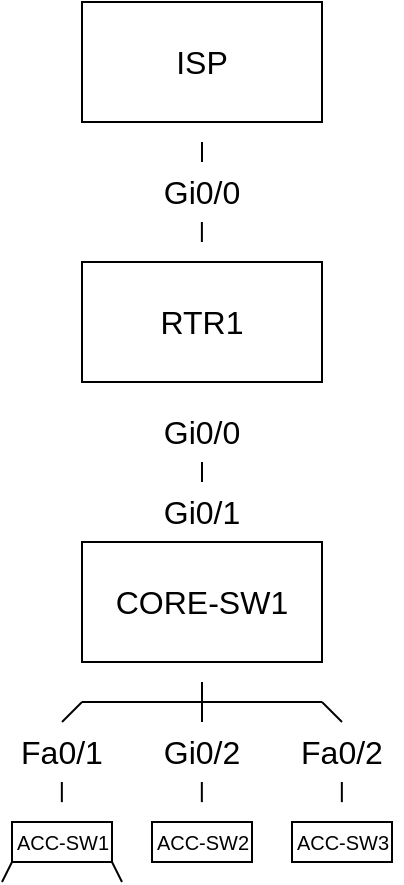
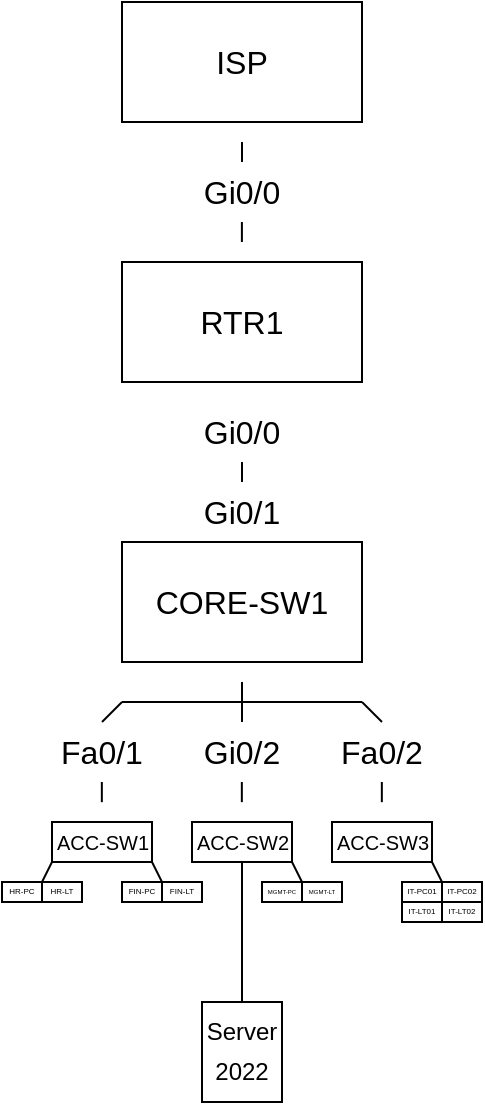
<mxfile host="app.diagrams.net">
  <diagram name="Page-1" id="nrHBfVMkrXwOKs-d-XcE">
-     <mxGraphModel dx="175" dy="160" grid="1" gridSize="10" guides="1" tooltips="1" connect="1" arrows="1" fold="1" page="1" pageScale="1" pageWidth="850" pageHeight="1100" math="0" shadow="0">
+     <mxGraphModel dx="586" dy="537" grid="1" gridSize="10" guides="1" tooltips="1" connect="1" arrows="1" fold="1" page="1" pageScale="1" pageWidth="850" pageHeight="1100" math="0" shadow="0">
      <root>
        <mxCell id="0" />
        <mxCell id="1" parent="0" />
        <mxCell id="PAGTaIKxO_D1mukXTtMI-1" parent="1" style="whiteSpace=wrap;html=1;" value="" vertex="1">
          <mxGeometry height="60" width="120" x="340" y="10" as="geometry" />
        </mxCell>
        <mxCell id="PAGTaIKxO_D1mukXTtMI-3" parent="1" style="text;html=1;whiteSpace=wrap;strokeColor=none;fillColor=none;align=center;verticalAlign=middle;rounded=0;fontSize=16;" value="ISP" vertex="1">
          <mxGeometry height="30" width="60" x="370" y="25" as="geometry" />
        </mxCell>
        <mxCell id="PAGTaIKxO_D1mukXTtMI-8" edge="1" parent="1" style="edgeStyle=none;orthogonalLoop=1;jettySize=auto;html=1;rounded=0;fontSize=12;startSize=8;endSize=8;curved=1;endArrow=none;endFill=0;" value="">
          <mxGeometry relative="1" width="120" as="geometry">
            <Array as="points" />
            <mxPoint x="400" y="80" as="sourcePoint" />
            <mxPoint x="400" y="90" as="targetPoint" />
          </mxGeometry>
        </mxCell>
        <mxCell id="PAGTaIKxO_D1mukXTtMI-9" parent="1" style="text;html=1;whiteSpace=wrap;strokeColor=none;fillColor=none;align=center;verticalAlign=middle;rounded=0;fontSize=16;" value="Gi0/0" vertex="1">
          <mxGeometry height="30" width="60" x="370" y="90" as="geometry" />
        </mxCell>
        <mxCell id="PAGTaIKxO_D1mukXTtMI-10" edge="1" parent="1" style="edgeStyle=none;orthogonalLoop=1;jettySize=auto;html=1;rounded=0;fontSize=12;startSize=8;endSize=8;curved=1;endArrow=none;endFill=0;" value="">
          <mxGeometry relative="1" width="120" as="geometry">
            <Array as="points" />
            <mxPoint x="399.95" y="130" as="sourcePoint" />
            <mxPoint x="399.95" y="120" as="targetPoint" />
          </mxGeometry>
        </mxCell>
        <mxCell id="PAGTaIKxO_D1mukXTtMI-11" parent="1" style="whiteSpace=wrap;html=1;" value="" vertex="1">
          <mxGeometry height="60" width="120" x="340" y="140" as="geometry" />
        </mxCell>
        <mxCell id="PAGTaIKxO_D1mukXTtMI-12" parent="1" style="text;html=1;whiteSpace=wrap;strokeColor=none;fillColor=none;align=center;verticalAlign=middle;rounded=0;fontSize=16;" value="RTR1" vertex="1">
          <mxGeometry height="30" width="60" x="370" y="155" as="geometry" />
        </mxCell>
        <mxCell id="PAGTaIKxO_D1mukXTtMI-13" parent="1" style="text;html=1;whiteSpace=wrap;strokeColor=none;fillColor=none;align=center;verticalAlign=middle;rounded=0;fontSize=16;" value="Gi0/0" vertex="1">
          <mxGeometry height="30" width="60" x="370" y="210" as="geometry" />
        </mxCell>
        <mxCell id="PAGTaIKxO_D1mukXTtMI-15" edge="1" parent="1" style="edgeStyle=none;orthogonalLoop=1;jettySize=auto;html=1;rounded=0;fontSize=12;startSize=8;endSize=8;curved=1;endArrow=none;endFill=0;" value="">
          <mxGeometry relative="1" width="120" as="geometry">
            <Array as="points" />
            <mxPoint x="400" y="240" as="sourcePoint" />
            <mxPoint x="400" y="250" as="targetPoint" />
          </mxGeometry>
        </mxCell>
        <mxCell id="PAGTaIKxO_D1mukXTtMI-16" parent="1" style="text;html=1;whiteSpace=wrap;strokeColor=none;fillColor=none;align=center;verticalAlign=middle;rounded=0;fontSize=16;" value="Gi0/1" vertex="1">
          <mxGeometry height="30" width="60" x="370" y="250" as="geometry" />
        </mxCell>
        <mxCell id="PAGTaIKxO_D1mukXTtMI-17" parent="1" style="whiteSpace=wrap;html=1;" value="" vertex="1">
          <mxGeometry height="60" width="120" x="340" y="280" as="geometry" />
        </mxCell>
        <mxCell id="PAGTaIKxO_D1mukXTtMI-18" parent="1" style="text;html=1;whiteSpace=wrap;strokeColor=none;fillColor=none;align=center;verticalAlign=middle;rounded=0;fontSize=16;" value="CORE-SW1" vertex="1">
          <mxGeometry height="30" width="100" x="350" y="295" as="geometry" />
        </mxCell>
        <mxCell id="PAGTaIKxO_D1mukXTtMI-19" edge="1" parent="1" style="edgeStyle=none;orthogonalLoop=1;jettySize=auto;html=1;rounded=0;fontSize=12;startSize=8;endSize=8;curved=1;endArrow=none;endFill=0;" value="">
          <mxGeometry relative="1" width="120" as="geometry">
            <Array as="points" />
            <mxPoint x="400" y="350" as="sourcePoint" />
            <mxPoint x="400" y="360" as="targetPoint" />
          </mxGeometry>
        </mxCell>
        <mxCell id="PAGTaIKxO_D1mukXTtMI-20" edge="1" parent="1" style="edgeStyle=none;orthogonalLoop=1;jettySize=auto;html=1;rounded=0;fontSize=12;startSize=8;endSize=8;curved=1;endArrow=none;endFill=0;" value="">
          <mxGeometry relative="1" width="120" as="geometry">
            <Array as="points" />
            <mxPoint x="340" y="360" as="sourcePoint" />
            <mxPoint x="460" y="360" as="targetPoint" />
          </mxGeometry>
        </mxCell>
        <mxCell id="PAGTaIKxO_D1mukXTtMI-21" edge="1" parent="1" style="edgeStyle=none;orthogonalLoop=1;jettySize=auto;html=1;rounded=0;fontSize=12;startSize=8;endSize=8;curved=1;endArrow=none;endFill=0;" value="">
          <mxGeometry relative="1" width="120" as="geometry">
            <Array as="points" />
            <mxPoint x="400" y="360" as="sourcePoint" />
            <mxPoint x="400" y="370" as="targetPoint" />
          </mxGeometry>
        </mxCell>
        <mxCell id="PAGTaIKxO_D1mukXTtMI-23" edge="1" parent="1" style="edgeStyle=none;orthogonalLoop=1;jettySize=auto;html=1;rounded=0;fontSize=12;startSize=8;endSize=8;curved=1;endArrow=none;endFill=0;" value="">
          <mxGeometry relative="1" width="120" as="geometry">
            <Array as="points" />
            <mxPoint x="340" y="360" as="sourcePoint" />
            <mxPoint x="330" y="370" as="targetPoint" />
          </mxGeometry>
        </mxCell>
        <mxCell id="PAGTaIKxO_D1mukXTtMI-24" edge="1" parent="1" style="edgeStyle=none;orthogonalLoop=1;jettySize=auto;html=1;rounded=0;fontSize=12;startSize=8;endSize=8;curved=1;endArrow=none;endFill=0;" value="">
          <mxGeometry relative="1" width="120" as="geometry">
            <Array as="points" />
            <mxPoint x="470" y="370" as="sourcePoint" />
            <mxPoint x="460" y="360" as="targetPoint" />
          </mxGeometry>
        </mxCell>
        <mxCell id="PAGTaIKxO_D1mukXTtMI-25" parent="1" style="text;html=1;whiteSpace=wrap;strokeColor=none;fillColor=none;align=center;verticalAlign=middle;rounded=0;fontSize=16;" value="Fa0/1" vertex="1">
          <mxGeometry height="30" width="60" x="300" y="370" as="geometry" />
        </mxCell>
        <mxCell id="PAGTaIKxO_D1mukXTtMI-26" parent="1" style="text;html=1;whiteSpace=wrap;strokeColor=none;fillColor=none;align=center;verticalAlign=middle;rounded=0;fontSize=16;" value="Gi0/2" vertex="1">
          <mxGeometry height="30" width="60" x="370" y="370" as="geometry" />
        </mxCell>
        <mxCell id="PAGTaIKxO_D1mukXTtMI-27" parent="1" style="text;html=1;whiteSpace=wrap;strokeColor=none;fillColor=none;align=center;verticalAlign=middle;rounded=0;fontSize=16;" value="Fa0/2" vertex="1">
          <mxGeometry height="30" width="60" x="440" y="370" as="geometry" />
        </mxCell>
        <mxCell id="HQMXMfczDyNlfQodfAvz-1" edge="1" parent="1" style="edgeStyle=none;orthogonalLoop=1;jettySize=auto;html=1;rounded=0;fontSize=12;startSize=8;endSize=8;curved=1;endArrow=none;endFill=0;" value="">
          <mxGeometry relative="1" width="120" as="geometry">
            <Array as="points" />
            <mxPoint x="329.92" y="400" as="sourcePoint" />
            <mxPoint x="329.92" y="410.08" as="targetPoint" />
          </mxGeometry>
        </mxCell>
        <mxCell id="HQMXMfczDyNlfQodfAvz-2" edge="1" parent="1" style="edgeStyle=none;orthogonalLoop=1;jettySize=auto;html=1;rounded=0;fontSize=12;startSize=8;endSize=8;curved=1;endArrow=none;endFill=0;" value="">
          <mxGeometry relative="1" width="120" as="geometry">
            <Array as="points" />
            <mxPoint x="399.92" y="400" as="sourcePoint" />
            <mxPoint x="399.92" y="410.08" as="targetPoint" />
          </mxGeometry>
        </mxCell>
        <mxCell id="HQMXMfczDyNlfQodfAvz-3" edge="1" parent="1" style="edgeStyle=none;orthogonalLoop=1;jettySize=auto;html=1;rounded=0;fontSize=12;startSize=8;endSize=8;curved=1;endArrow=none;endFill=0;" value="">
          <mxGeometry relative="1" width="120" as="geometry">
            <Array as="points" />
            <mxPoint x="469.92" y="400" as="sourcePoint" />
            <mxPoint x="469.92" y="410.08" as="targetPoint" />
          </mxGeometry>
        </mxCell>
        <mxCell id="HQMXMfczDyNlfQodfAvz-4" parent="1" style="whiteSpace=wrap;html=1;" value="" vertex="1">
          <mxGeometry height="20" width="50" x="305" y="420" as="geometry" />
        </mxCell>
        <mxCell id="HQMXMfczDyNlfQodfAvz-5" parent="1" style="whiteSpace=wrap;html=1;" value="" vertex="1">
          <mxGeometry height="20" width="50" x="375" y="420" as="geometry" />
        </mxCell>
        <mxCell id="HQMXMfczDyNlfQodfAvz-6" parent="1" style="whiteSpace=wrap;html=1;" value="" vertex="1">
          <mxGeometry height="20" width="50" x="445" y="420" as="geometry" />
        </mxCell>
        <mxCell id="HQMXMfczDyNlfQodfAvz-8" parent="1" style="text;html=1;whiteSpace=wrap;strokeColor=none;fillColor=none;align=center;verticalAlign=middle;rounded=0;fontSize=10;" value="ACC-SW1" vertex="1">
          <mxGeometry height="20" width="55" x="302.5" y="420" as="geometry" />
        </mxCell>
        <mxCell id="HQMXMfczDyNlfQodfAvz-9" parent="1" style="text;html=1;whiteSpace=wrap;strokeColor=none;fillColor=none;align=center;verticalAlign=middle;rounded=0;fontSize=10;" value="ACC-SW2&lt;span style=&quot;color: rgba(0, 0, 0, 0); font-family: monospace; font-size: 0px; text-align: start; white-space: nowrap;&quot;&gt;%3CmxGraphModel%3E%3Croot%3E%3CmxCell%20id%3D%220%22%2F%3E%3CmxCell%20id%3D%221%22%20parent%3D%220%22%2F%3E%3CmxCell%20id%3D%222%22%20parent%3D%221%22%20style%3D%22text%3Bhtml%3D1%3BwhiteSpace%3Dwrap%3BstrokeColor%3Dnone%3BfillColor%3Dnone%3Balign%3Dcenter%3BverticalAlign%3Dmiddle%3Brounded%3D0%3BfontSize%3D10%3B%22%20value%3D%22ACC-SW1%22%20vertex%3D%221%22%3E%3CmxGeometry%20height%3D%2220%22%20width%3D%2255%22%20x%3D%22302.5%22%20y%3D%22420%22%20as%3D%22geometry%22%2F%3E%3C%2FmxCell%3E%3C%2Froot%3E%3C%2FmxGraphModel%3E&lt;/span&gt;" vertex="1">
          <mxGeometry height="20" width="55" x="372.5" y="420" as="geometry" />
        </mxCell>
        <mxCell id="HQMXMfczDyNlfQodfAvz-10" parent="1" style="text;html=1;whiteSpace=wrap;strokeColor=none;fillColor=none;align=center;verticalAlign=middle;rounded=0;fontSize=10;" value="ACC-SW3" vertex="1">
          <mxGeometry height="20" width="55" x="442.5" y="420" as="geometry" />
        </mxCell>
        <mxCell id="HQMXMfczDyNlfQodfAvz-11" edge="1" parent="1" style="edgeStyle=none;orthogonalLoop=1;jettySize=auto;html=1;rounded=0;fontSize=12;startSize=8;endSize=8;curved=1;endArrow=none;endFill=0;" value="">
          <mxGeometry relative="1" width="120" as="geometry">
            <Array as="points" />
            <mxPoint x="305" y="440" as="sourcePoint" />
            <mxPoint x="300" y="450" as="targetPoint" />
          </mxGeometry>
        </mxCell>
        <mxCell id="HQMXMfczDyNlfQodfAvz-12" edge="1" parent="1" style="edgeStyle=none;orthogonalLoop=1;jettySize=auto;html=1;rounded=0;fontSize=12;startSize=8;endSize=8;curved=1;endArrow=none;endFill=0;" value="">
          <mxGeometry relative="1" width="120" as="geometry">
            <Array as="points" />
            <mxPoint x="355" y="440" as="sourcePoint" />
            <mxPoint x="360" y="450" as="targetPoint" />
          </mxGeometry>
        </mxCell>
+         <mxCell id="HQMXMfczDyNlfQodfAvz-15" edge="1" parent="1" source="HQMXMfczDyNlfQodfAvz-9" style="edgeStyle=none;orthogonalLoop=1;jettySize=auto;html=1;rounded=0;fontSize=12;startSize=8;endSize=8;curved=1;endArrow=none;endFill=0;exitX=0.5;exitY=1;exitDx=0;exitDy=0;entryX=0.5;entryY=0;entryDx=0;entryDy=0;" target="HQMXMfczDyNlfQodfAvz-23" value="">
+           <mxGeometry relative="1" width="120" as="geometry">
+             <Array as="points" />
+             <mxPoint x="399.92" y="450" as="sourcePoint" />
+             <mxPoint x="400" y="500" as="targetPoint" />
+           </mxGeometry>
+         </mxCell>
+         <mxCell id="HQMXMfczDyNlfQodfAvz-16" edge="1" parent="1" style="edgeStyle=none;orthogonalLoop=1;jettySize=auto;html=1;rounded=0;fontSize=12;startSize=8;endSize=8;curved=1;endArrow=none;endFill=0;" value="">
+           <mxGeometry relative="1" width="120" as="geometry">
+             <Array as="points" />
+             <mxPoint x="425" y="440" as="sourcePoint" />
+             <mxPoint x="430" y="450" as="targetPoint" />
+           </mxGeometry>
+         </mxCell>
+         <mxCell id="HQMXMfczDyNlfQodfAvz-18" edge="1" parent="1" style="edgeStyle=none;orthogonalLoop=1;jettySize=auto;html=1;rounded=0;fontSize=12;startSize=8;endSize=8;curved=1;endArrow=none;endFill=0;" value="">
+           <mxGeometry relative="1" width="120" as="geometry">
+             <Array as="points" />
+             <mxPoint x="495" y="440" as="sourcePoint" />
+             <mxPoint x="500" y="450" as="targetPoint" />
+           </mxGeometry>
+         </mxCell>
+         <mxCell id="HQMXMfczDyNlfQodfAvz-19" parent="1" style="rounded=0;whiteSpace=wrap;html=1;" value="" vertex="1">
+           <mxGeometry height="10" width="20" x="300" y="450" as="geometry" />
+         </mxCell>
+         <mxCell id="HQMXMfczDyNlfQodfAvz-20" parent="1" style="rounded=0;whiteSpace=wrap;html=1;" value="" vertex="1">
+           <mxGeometry height="10" width="20" x="360" y="450" as="geometry" />
+         </mxCell>
+         <mxCell id="HQMXMfczDyNlfQodfAvz-21" parent="1" style="rounded=0;whiteSpace=wrap;html=1;" value="" vertex="1">
+           <mxGeometry height="10" width="20" x="280" y="450" as="geometry" />
+         </mxCell>
+         <mxCell id="HQMXMfczDyNlfQodfAvz-22" parent="1" style="rounded=0;whiteSpace=wrap;html=1;" value="" vertex="1">
+           <mxGeometry height="10" width="20" x="340" y="450" as="geometry" />
+         </mxCell>
+         <mxCell id="HQMXMfczDyNlfQodfAvz-23" parent="1" style="rounded=0;whiteSpace=wrap;html=1;" value="" vertex="1">
+           <mxGeometry height="50" width="40" x="380" y="510" as="geometry" />
+         </mxCell>
+         <mxCell id="HQMXMfczDyNlfQodfAvz-24" parent="1" style="rounded=0;whiteSpace=wrap;html=1;" value="" vertex="1">
+           <mxGeometry height="10" width="20" x="410" y="450" as="geometry" />
+         </mxCell>
+         <mxCell id="HQMXMfczDyNlfQodfAvz-25" parent="1" style="rounded=0;whiteSpace=wrap;html=1;" value="" vertex="1">
+           <mxGeometry height="10" width="20" x="430" y="450" as="geometry" />
+         </mxCell>
+         <mxCell id="HQMXMfczDyNlfQodfAvz-26" parent="1" style="rounded=0;whiteSpace=wrap;html=1;" value="" vertex="1">
+           <mxGeometry height="10" width="20" x="480" y="450" as="geometry" />
+         </mxCell>
+         <mxCell id="HQMXMfczDyNlfQodfAvz-27" parent="1" style="rounded=0;whiteSpace=wrap;html=1;" value="" vertex="1">
+           <mxGeometry height="10" width="20" x="500" y="450" as="geometry" />
+         </mxCell>
+         <mxCell id="HQMXMfczDyNlfQodfAvz-28" parent="1" style="rounded=0;whiteSpace=wrap;html=1;" value="" vertex="1">
+           <mxGeometry height="10" width="20" x="480" y="460" as="geometry" />
+         </mxCell>
+         <mxCell id="HQMXMfczDyNlfQodfAvz-29" parent="1" style="rounded=0;whiteSpace=wrap;html=1;" value="" vertex="1">
+           <mxGeometry height="10" width="20" x="500" y="460" as="geometry" />
+         </mxCell>
+         <mxCell id="HQMXMfczDyNlfQodfAvz-31" parent="1" style="text;html=1;whiteSpace=wrap;strokeColor=none;fillColor=none;align=center;verticalAlign=middle;rounded=0;fontSize=4;" value="HR-PC" vertex="1">
+           <mxGeometry height="10" width="20" x="280" y="450" as="geometry" />
+         </mxCell>
+         <mxCell id="HQMXMfczDyNlfQodfAvz-32" parent="1" style="text;html=1;whiteSpace=wrap;strokeColor=none;fillColor=none;align=center;verticalAlign=middle;rounded=0;fontSize=4;" value="HR-LT" vertex="1">
+           <mxGeometry height="10" width="20" x="300" y="450" as="geometry" />
+         </mxCell>
+         <mxCell id="HQMXMfczDyNlfQodfAvz-33" parent="1" style="text;html=1;whiteSpace=wrap;strokeColor=none;fillColor=none;align=center;verticalAlign=middle;rounded=0;fontSize=4;" value="FIN-PC" vertex="1">
+           <mxGeometry height="10" width="20" x="340" y="450" as="geometry" />
+         </mxCell>
+         <mxCell id="HQMXMfczDyNlfQodfAvz-34" parent="1" style="text;html=1;whiteSpace=wrap;strokeColor=none;fillColor=none;align=center;verticalAlign=middle;rounded=0;fontSize=4;" value="FIN-LT" vertex="1">
+           <mxGeometry height="10" width="20" x="360" y="450" as="geometry" />
+         </mxCell>
+         <mxCell id="HQMXMfczDyNlfQodfAvz-35" parent="1" style="text;html=1;whiteSpace=wrap;strokeColor=none;fillColor=none;align=center;verticalAlign=middle;rounded=0;fontSize=3;" value="MGMT-PC&lt;span style=&quot;color: rgba(0, 0, 0, 0); font-family: monospace; font-size: 0px; text-align: start; white-space: nowrap;&quot;&gt;%3CmxGraphModel%3E%3Croot%3E%3CmxCell%20id%3D%220%22%2F%3E%3CmxCell%20id%3D%221%22%20parent%3D%220%22%2F%3E%3CmxCell%20id%3D%222%22%20parent%3D%221%22%20style%3D%22text%3Bhtml%3D1%3BwhiteSpace%3Dwrap%3BstrokeColor%3Dnone%3BfillColor%3Dnone%3Balign%3Dcenter%3BverticalAlign%3Dmiddle%3Brounded%3D0%3BfontSize%3D4%3B%22%20value%3D%22HR-PC%22%20vertex%3D%221%22%3E%3CmxGeometry%20height%3D%2210%22%20width%3D%2220%22%20x%3D%22280%22%20y%3D%22520%22%20as%3D%22geometry%22%2F%3E%3C%2FmxCell%3E%3C%2Froot%3E%3C%2FmxGraphModel%3E&lt;/span&gt;&lt;span style=&quot;color: rgba(0, 0, 0, 0); font-family: monospace; font-size: 0px; text-align: start; white-space: nowrap;&quot;&gt;%3CmxGraphModel%3E%3Croot%3E%3CmxCell%20id%3D%220%22%2F%3E%3CmxCell%20id%3D%221%22%20parent%3D%220%22%2F%3E%3CmxCell%20id%3D%222%22%20parent%3D%221%22%20style%3D%22text%3Bhtml%3D1%3BwhiteSpace%3Dwrap%3BstrokeColor%3Dnone%3BfillColor%3Dnone%3Balign%3Dcenter%3BverticalAlign%3Dmiddle%3Brounded%3D0%3BfontSize%3D4%3B%22%20value%3D%22HR-PC%22%20vertex%3D%221%22%3E%3CmxGeometry%20height%3D%2210%22%20width%3D%2220%22%20x%3D%22280%22%20y%3D%22520%22%20as%3D%22geometry%22%2F%3E%3C%2FmxCell%3E%3C%2Froot%3E%3C%2FmxGraphModel%3E&lt;/span&gt;" vertex="1">
+           <mxGeometry height="10" width="30" x="405" y="450" as="geometry" />
+         </mxCell>
+         <mxCell id="HQMXMfczDyNlfQodfAvz-36" parent="1" style="text;html=1;whiteSpace=wrap;strokeColor=none;fillColor=none;align=center;verticalAlign=middle;rounded=0;fontSize=3;" value="MGMT-LT" vertex="1">
+           <mxGeometry height="10" width="20" x="430" y="450" as="geometry" />
+         </mxCell>
+         <mxCell id="HQMXMfczDyNlfQodfAvz-37" parent="1" style="text;html=1;whiteSpace=wrap;strokeColor=none;fillColor=none;align=center;verticalAlign=middle;rounded=0;fontSize=4;" value="IT-PC01" vertex="1">
+           <mxGeometry height="10" width="20" x="480" y="450" as="geometry" />
+         </mxCell>
+         <mxCell id="HQMXMfczDyNlfQodfAvz-38" parent="1" style="text;html=1;whiteSpace=wrap;strokeColor=none;fillColor=none;align=center;verticalAlign=middle;rounded=0;fontSize=4;" value="IT-PC02" vertex="1">
+           <mxGeometry height="10" width="20" x="500" y="450" as="geometry" />
+         </mxCell>
+         <mxCell id="HQMXMfczDyNlfQodfAvz-39" parent="1" style="text;html=1;whiteSpace=wrap;strokeColor=none;fillColor=none;align=center;verticalAlign=middle;rounded=0;fontSize=4;" value="IT-LT02" vertex="1">
+           <mxGeometry height="10" width="20" x="500" y="460" as="geometry" />
+         </mxCell>
+         <mxCell id="HQMXMfczDyNlfQodfAvz-40" parent="1" style="text;html=1;whiteSpace=wrap;strokeColor=none;fillColor=none;align=center;verticalAlign=middle;rounded=0;fontSize=4;" value="IT-LT01" vertex="1">
+           <mxGeometry height="10" width="20" x="480" y="460" as="geometry" />
+         </mxCell>
+         <mxCell id="HQMXMfczDyNlfQodfAvz-41" parent="1" style="text;html=1;whiteSpace=wrap;strokeColor=none;fillColor=none;align=center;verticalAlign=middle;rounded=0;fontSize=12;" value="Server" vertex="1">
+           <mxGeometry height="10" width="60" x="370" y="520" as="geometry" />
+         </mxCell>
+         <mxCell id="HQMXMfczDyNlfQodfAvz-43" parent="1" style="text;html=1;whiteSpace=wrap;strokeColor=none;fillColor=none;align=center;verticalAlign=middle;rounded=0;fontSize=12;" value="2022" vertex="1">
+           <mxGeometry height="10" width="60" x="370" y="540" as="geometry" />
+         </mxCell>
      </root>
    </mxGraphModel>
  </diagram>
</mxfile>
